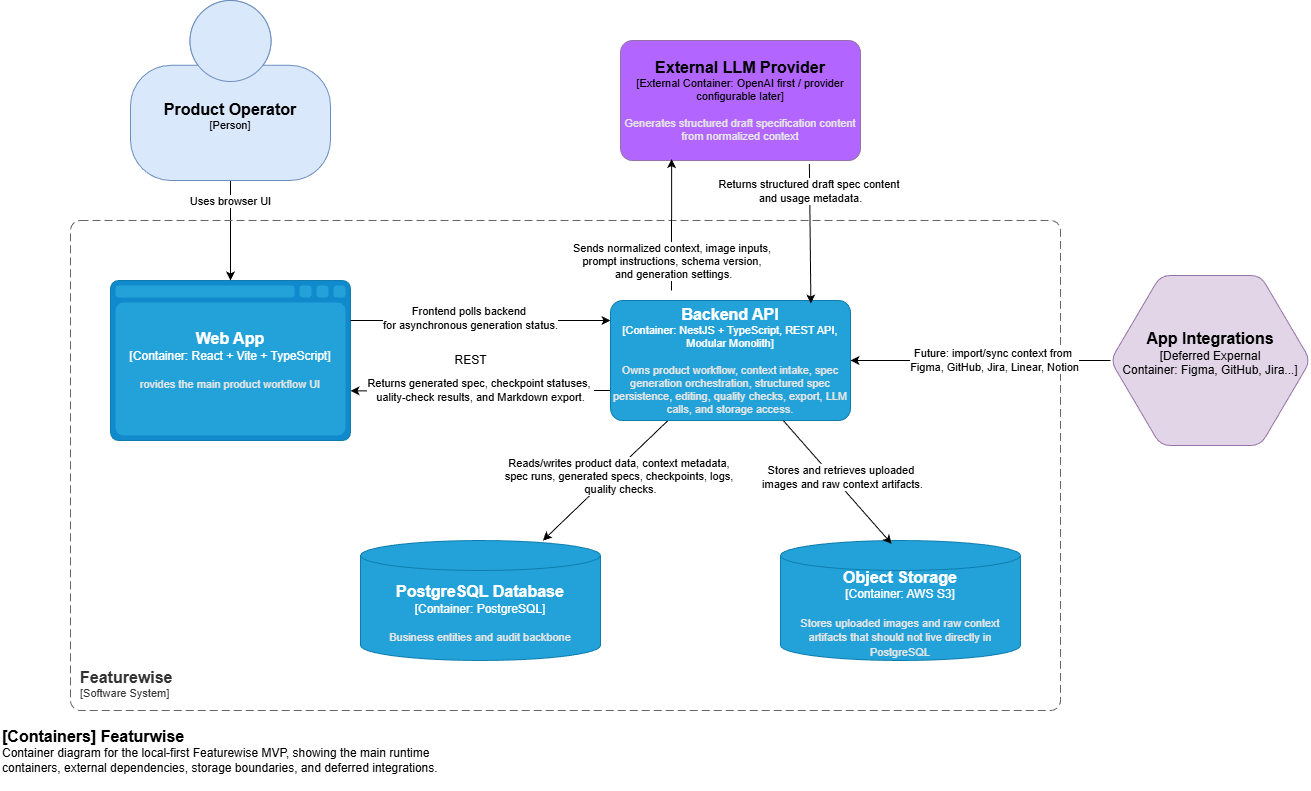
Before: docs/architecture/diagrams/02-c4-container/c4-container.png, a diagram exported from draw.io (Hasa-M/featurewise-ai-mvp). Source tidied: cells renumbered, new cells last; positions are measured from the earlier drawing's top-left corner, leaving out a move shared by most shapes.
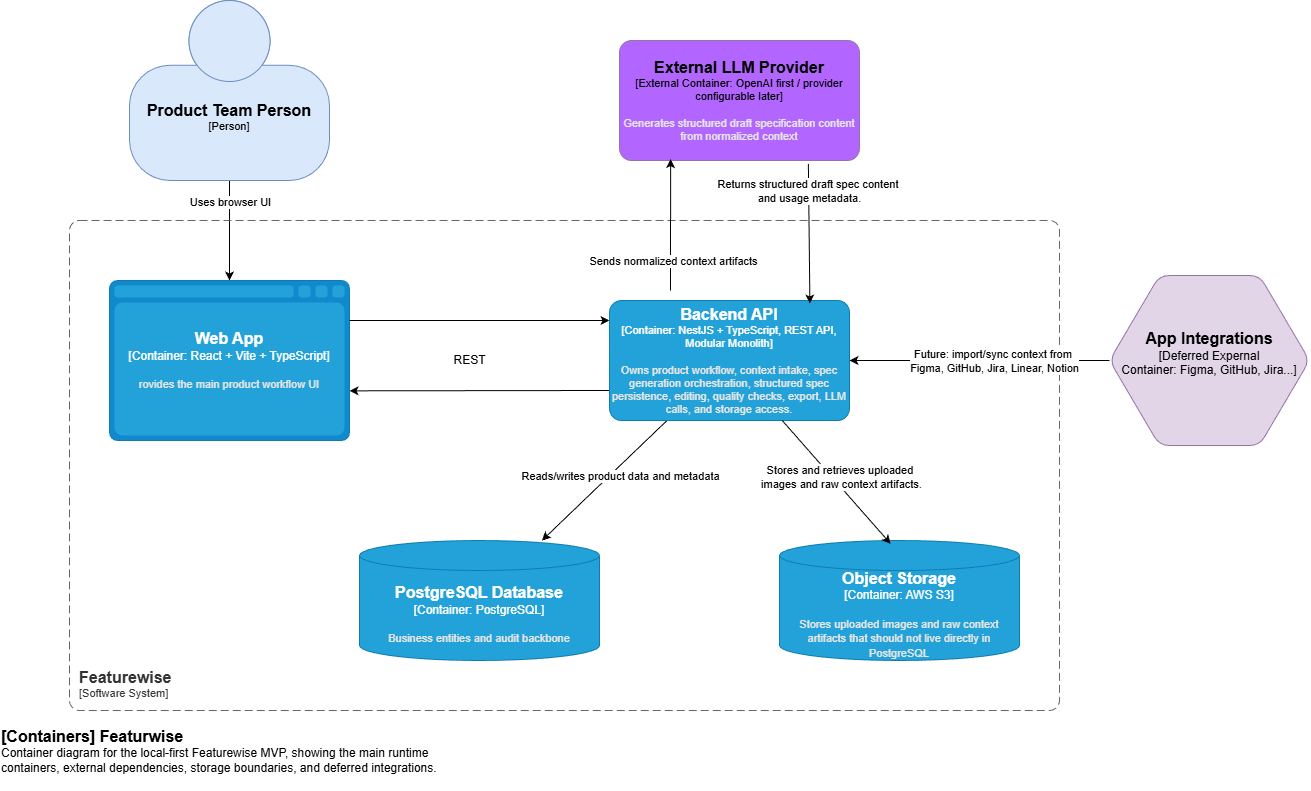
After the commit.

Commit message:
docs(c4-container): fix diagram + README

Change to the diagram source:
```diff
@@ -10,7 +10,7 @@
     <mxCell id="3" style="edgeStyle=none;html=1;" parent="1" edge="1" source="7" target="8">
       <mxGeometry relative="1" as="geometry" />
     </mxCell>
-    <mxCell id="4" value="Reads/writes product data, context metadata,&amp;nbsp;&lt;div&gt;spec runs, generated specs, checkpoints, logs,&amp;nbsp;&lt;/div&gt;&lt;div&gt;quality checks.&lt;/div&gt;" style="edgeLabel;html=1;align=center;verticalAlign=middle;" parent="3" vertex="1">
+    <mxCell id="4" value="Reads/writes product data and metadata" style="edgeLabel;html=1;align=center;verticalAlign=middle;" parent="3" vertex="1">
       <mxGeometry x="-0.22" relative="1" as="geometry">
         <mxPoint x="1" y="9" as="offset" />
       </mxGeometry>
@@ -20,11 +20,6 @@
         <mxPoint x="350" y="390.3" as="targetPoint" />
       </mxGeometry>
     </mxCell>
-    <mxCell id="6" value="Returns generated spec, checkpoint statuses,&amp;nbsp;&lt;div&gt;uality-check results, and Markdown export.&lt;/div&gt;" style="edgeLabel;html=1;align=center;verticalAlign=middle;" parent="5" vertex="1">
-      <mxGeometry x="0.18" y="-1" relative="1" as="geometry">
-        <mxPoint x="23" as="offset" />
-      </mxGeometry>
-    </mxCell>
     <object id="7" label="&lt;font style=&quot;font-size: 16px&quot;&gt;&lt;b&gt;%c4Name%&lt;/b&gt;&lt;/font&gt;&lt;div&gt;[%c4Type%: %c4Technology%]&lt;/div&gt;&lt;br&gt;&lt;div&gt;&lt;font style=&quot;font-size: 11px&quot;&gt;&lt;font color=&quot;#E6E6E6&quot;&gt;%c4Description%&lt;/font&gt;&lt;/div&gt;" c4Description="Owns product workflow, context intake, spec generation orchestration, structured spec persistence, editing, quality checks, export, LLM calls, and storage access." c4Name="Backend API" c4Technology="NestJS + TypeScript, REST API, Modular Monolith" c4Type="Container" placeholders="1">
       <mxCell style="rounded=1;whiteSpace=wrap;html=1;fontSize=11;labelBackgroundColor=none;fillColor=#23A2D9;fontColor=#ffffff;align=center;arcSize=10;strokeColor=#0E7DAD;points=[[0.25,0,0],[0.5,0,0],[0.75,0,0],[1,0.25,0],[1,0.5,0],[1,0.75,0],[0.75,1,0],[0.5,1,0],[0.25,1,0],[0,0.75,0],[0,0.5,0],[0,0.25,0]];" parent="1" vertex="1">
         <mxGeometry x="610" y="300" width="240" height="120" as="geometry" />
@@ -58,7 +53,7 @@
         <mxPoint x="2" y="-17" as="offset" />
       </mxGeometry>
     </mxCell>
-    <object id="14" label="&lt;font style=&quot;font-size: 16px&quot;&gt;&lt;b&gt;%c4Name%&lt;/b&gt;&lt;/font&gt;&lt;div&gt;[%c4Type%]&lt;/div&gt;&lt;br&gt;&lt;div&gt;&lt;font style=&quot;font-size: 11px&quot;&gt;&lt;font color=&quot;#cccccc&quot;&gt;%c4Description%&lt;/font&gt;&lt;/div&gt;" c4Description="" c4Name="Product Operator" c4Type="Person" placeholders="1">
+    <object id="14" label="&lt;font style=&quot;font-size: 16px&quot;&gt;&lt;b&gt;%c4Name%&lt;/b&gt;&lt;/font&gt;&lt;div&gt;[%c4Type%]&lt;/div&gt;&lt;br&gt;&lt;div&gt;&lt;font style=&quot;font-size: 11px&quot;&gt;&lt;font color=&quot;#cccccc&quot;&gt;%c4Description%&lt;/font&gt;&lt;/div&gt;" c4Description="" c4Name="Product Team Person" c4Type="Person" placeholders="1">
       <mxCell style="html=1;fontSize=11;dashed=0;whiteSpace=wrap;fillColor=#dae8fc;strokeColor=#6c8ebf;shape=mxgraph.c4.person2;align=center;points=[[0.5,0,0],[1,0.5,0],[1,0.75,0],[0.75,1,0],[0.5,1,0],[0.25,1,0],[0,0.75,0],[0,0.5,0]];" parent="1" vertex="1">
         <mxGeometry x="130" width="200" height="180" as="geometry" />
       </mxCell>
@@ -86,7 +81,7 @@
         <mxPoint x="671" y="290" as="sourcePoint" />
       </mxGeometry>
     </mxCell>
-    <mxCell id="20" value="Sends normalized context, image inputs,&amp;nbsp;&lt;div&gt;prompt instructions, schema version,&amp;nbsp;&lt;/div&gt;&lt;div&gt;and generation settings.&lt;/div&gt;" style="edgeLabel;html=1;align=center;verticalAlign=middle;" parent="19" vertex="1">
+    <mxCell id="20" value="Sends normalized context artifacts" style="edgeLabel;html=1;align=center;verticalAlign=middle;" parent="19" vertex="1">
       <mxGeometry x="-0.37" y="-2" relative="1" as="geometry">
         <mxPoint y="12" as="offset" />
       </mxGeometry>
@@ -104,11 +99,6 @@
         <mxPoint x="610" y="320" as="targetPoint" />
       </mxGeometry>
     </mxCell>
-    <mxCell id="24" value="Frontend polls backend&amp;nbsp;&lt;div&gt;for asynchronous generation status.&lt;/div&gt;" style="edgeLabel;html=1;align=center;verticalAlign=middle;" parent="23" vertex="1">
-      <mxGeometry x="-0.17" y="2" relative="1" as="geometry">
-        <mxPoint x="12" as="offset" />
-      </mxGeometry>
-    </mxCell>
     <mxCell id="25" value="REST" style="text;html=1;align=center;verticalAlign=middle;strokeColor=none;fillColor=none;" parent="1" vertex="1">
       <mxGeometry x="440" y="345" width="60" height="30" as="geometry" />
     </mxCell>
```
